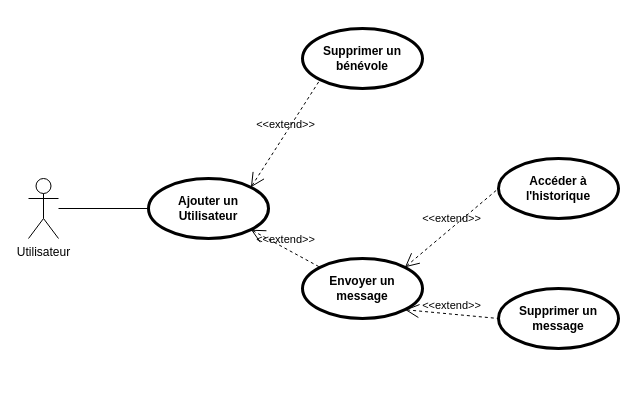
This is Chat Diagram.drawio from tchicoulo/learnathome, a draw.io file, before an edit. Source tidied: cells renumbered, new cells numbered last; positions are measured from the earlier drawing's top-left corner, leaving out a move shared by most shapes. Both pictures are drawn from the tidied source at 100%, with x=0, y=0 at pixel (28, 28).
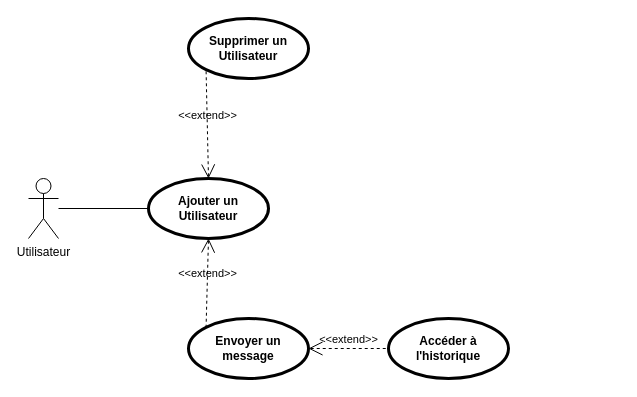
The same page after the edit.

Change to the diagram source:
```diff
@@
 <mxGraphModel>
   <root>
     <mxCell id="0" />
     <mxCell id="1" parent="0" />
     <mxCell id="2" value="Utilisateur" style="shape=umlActor;html=1;verticalLabelPosition=bottom;verticalAlign=top;align=center;" parent="1" vertex="1">
       <mxGeometry y="150" width="30" height="60" as="geometry" />
     </mxCell>
     <mxCell id="3" value="Ajouter un Utilisateur" style="shape=ellipse;html=1;strokeWidth=3;fontStyle=1;whiteSpace=wrap;align=center;perimeter=ellipsePerimeter;" parent="1" vertex="1">
       <mxGeometry x="120" y="150" width="120" height="60" as="geometry" />
     </mxCell>
     <mxCell id="4" style="edgeStyle=none;html=1;endArrow=none;verticalAlign=bottom;rounded=0;entryX=0;entryY=0.5;entryDx=0;entryDy=0;" parent="1" edge="1" source="2" target="3">
       <mxGeometry relative="1" as="geometry" />
     </mxCell>
-    <mxCell id="5" value="Supprimer un bénévole" style="shape=ellipse;html=1;strokeWidth=3;fontStyle=1;whiteSpace=wrap;align=center;perimeter=ellipsePerimeter;" parent="1" vertex="1">
-      <mxGeometry x="274" width="120" height="60" as="geometry" />
+    <mxCell id="5" value="Supprimer un Utilisateur" style="shape=ellipse;html=1;strokeWidth=3;fontStyle=1;whiteSpace=wrap;align=center;perimeter=ellipsePerimeter;" parent="1" vertex="1">
+      <mxGeometry x="160" y="-10" width="120" height="60" as="geometry" />
     </mxCell>
     <mxCell id="6" value="Envoyer un message" style="shape=ellipse;html=1;strokeWidth=3;fontStyle=1;whiteSpace=wrap;align=center;perimeter=ellipsePerimeter;" parent="1" vertex="1">
-      <mxGeometry x="274" y="230" width="120" height="60" as="geometry" />
+      <mxGeometry x="160" y="290" width="120" height="60" as="geometry" />
     </mxCell>
     <mxCell id="7" value="Accéder à l'historique" style="shape=ellipse;html=1;strokeWidth=3;fontStyle=1;whiteSpace=wrap;align=center;perimeter=ellipsePerimeter;" parent="1" vertex="1">
-      <mxGeometry x="470" y="130" width="120" height="60" as="geometry" />
+      <mxGeometry x="360" y="290" width="120" height="60" as="geometry" />
     </mxCell>
-    <mxCell id="8" value="Supprimer un message" style="shape=ellipse;html=1;strokeWidth=3;fontStyle=1;whiteSpace=wrap;align=center;perimeter=ellipsePerimeter;" parent="1" vertex="1">
-      <mxGeometry x="470" y="260" width="120" height="60" as="geometry" />
-    </mxCell>
-    <mxCell id="9" value="&amp;lt;&amp;lt;extend&amp;gt;&amp;gt;" style="edgeStyle=none;html=1;startArrow=open;endArrow=none;startSize=12;verticalAlign=bottom;dashed=1;labelBackgroundColor=none;rounded=0;exitX=1;exitY=1;exitDx=0;exitDy=0;entryX=0;entryY=0.5;entryDx=0;entryDy=0;" parent="1" edge="1" source="6" target="8">
-      <mxGeometry relative="1" as="geometry" />
-    </mxCell>
-    <mxCell id="10" value="&amp;lt;&amp;lt;extend&amp;gt;&amp;gt;" style="edgeStyle=none;html=1;startArrow=open;endArrow=none;startSize=12;verticalAlign=bottom;dashed=1;labelBackgroundColor=none;rounded=0;entryX=0;entryY=0.5;entryDx=0;entryDy=0;exitX=1;exitY=0;exitDx=0;exitDy=0;" parent="1" edge="1" source="6" target="7">
+    <mxCell id="10" value="&amp;lt;&amp;lt;extend&amp;gt;&amp;gt;" style="edgeStyle=none;html=1;startArrow=open;endArrow=none;startSize=12;verticalAlign=bottom;dashed=1;labelBackgroundColor=none;rounded=0;entryX=0;entryY=0.5;entryDx=0;entryDy=0;exitX=1;exitY=0.5;exitDx=0;exitDy=0;" parent="1" edge="1" source="6" target="7">
       <mxGeometry relative="1" as="geometry" />
     </mxCell>
-    <mxCell id="11" value="&amp;lt;&amp;lt;extend&amp;gt;&amp;gt;" style="edgeStyle=none;html=1;startArrow=open;endArrow=none;startSize=12;verticalAlign=bottom;dashed=1;labelBackgroundColor=none;rounded=0;exitX=1;exitY=0;exitDx=0;exitDy=0;entryX=0;entryY=1;entryDx=0;entryDy=0;" parent="1" edge="1" source="3" target="5">
+    <mxCell id="11" value="&amp;lt;&amp;lt;extend&amp;gt;&amp;gt;" style="edgeStyle=none;html=1;startArrow=open;endArrow=none;startSize=12;verticalAlign=bottom;dashed=1;labelBackgroundColor=none;rounded=0;exitX=0.5;exitY=0;exitDx=0;exitDy=0;entryX=0;entryY=1;entryDx=0;entryDy=0;" parent="1" edge="1" source="3" target="5">
       <mxGeometry relative="1" as="geometry" />
     </mxCell>
-    <mxCell id="12" value="&amp;lt;&amp;lt;extend&amp;gt;&amp;gt;" style="edgeStyle=none;html=1;startArrow=open;endArrow=none;startSize=12;verticalAlign=bottom;dashed=1;labelBackgroundColor=none;rounded=0;exitX=1;exitY=1;exitDx=0;exitDy=0;entryX=0;entryY=0;entryDx=0;entryDy=0;" parent="1" edge="1" source="3" target="6">
+    <mxCell id="12" value="&amp;lt;&amp;lt;extend&amp;gt;&amp;gt;" style="edgeStyle=none;html=1;startArrow=open;endArrow=none;startSize=12;verticalAlign=bottom;dashed=1;labelBackgroundColor=none;rounded=0;entryX=0;entryY=0;entryDx=0;entryDy=0;exitX=0.5;exitY=1;exitDx=0;exitDy=0;" parent="1" edge="1" source="3" target="6">
       <mxGeometry relative="1" as="geometry" />
     </mxCell>
   </root>
 </mxGraphModel>
```
